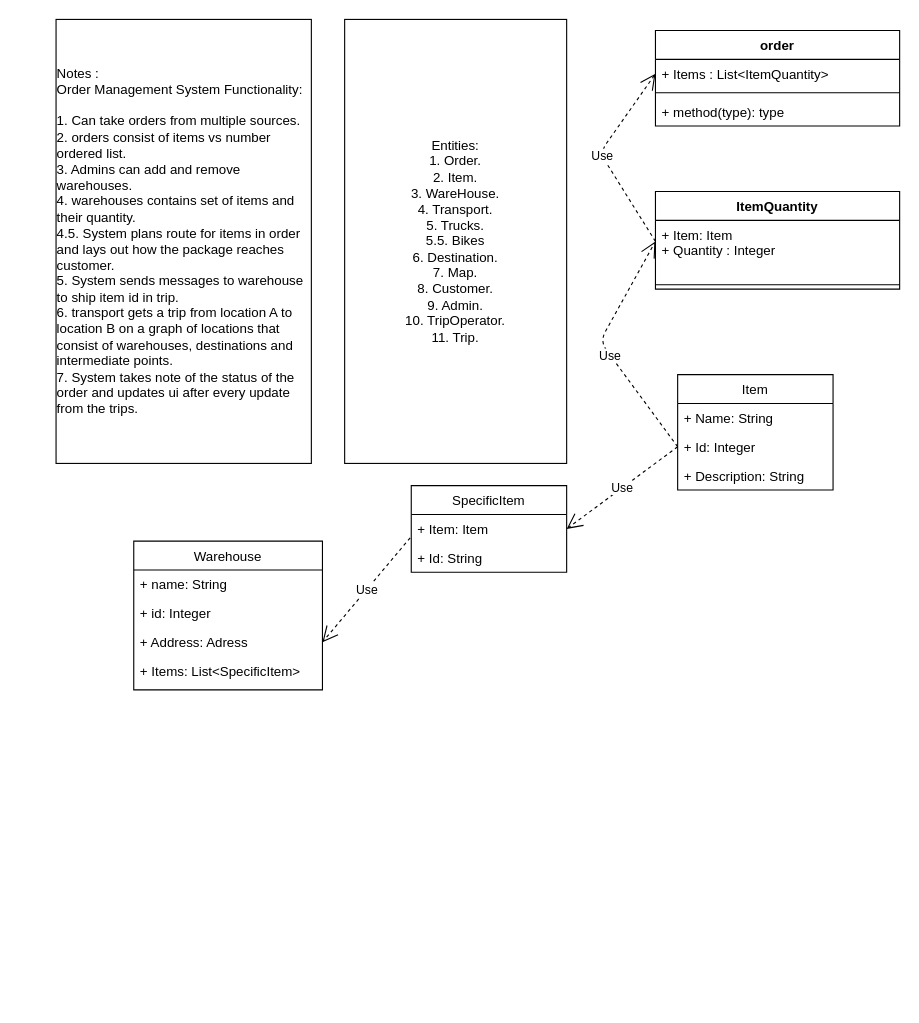
Above: Untitled Diagram.drawio in srinivasv147/designs (draw.io), before the change. Source tidied: cells renumbered, new cells numbered last; positions are measured from the earlier drawing's top-left corner, leaving out a move shared by most shapes. Both pictures are drawn from the tidied source at 111%, with x=0, y=0 at pixel (56, 19).
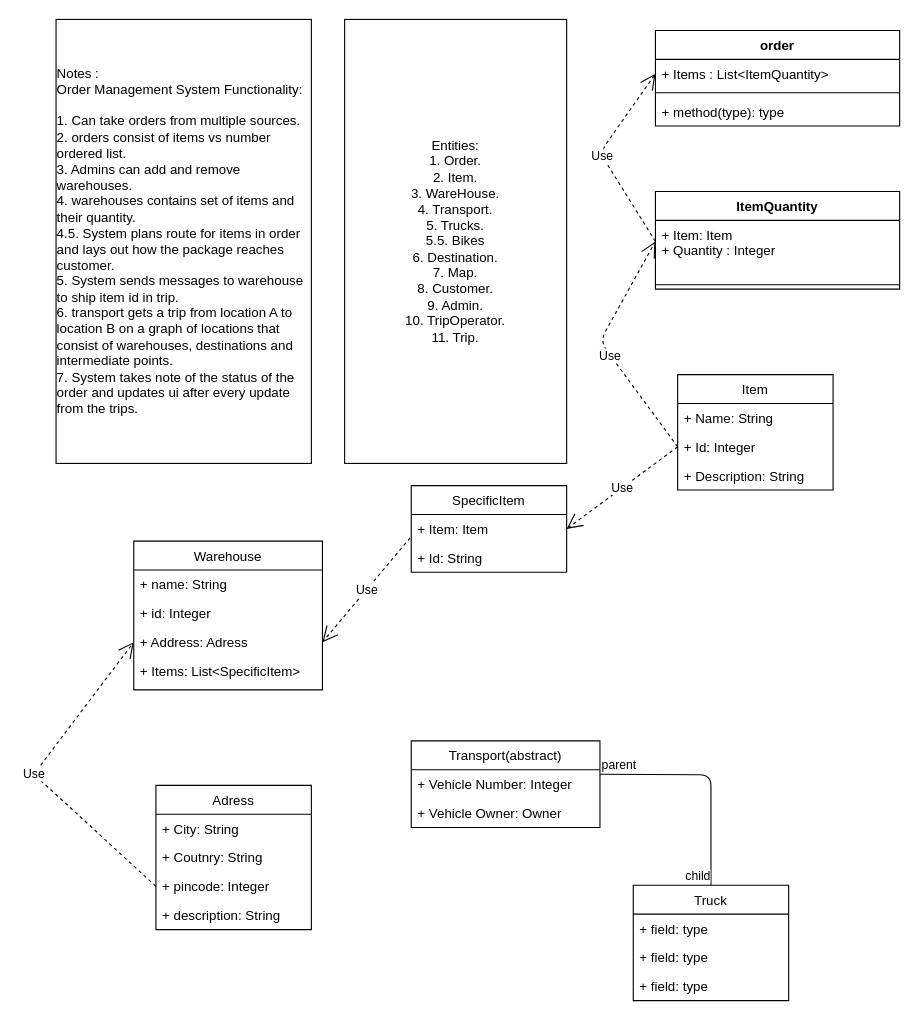
After the change.

Unchanged cells that the change refers to:
```xml
<mxCell id="24" value="+ Address: Adress&#10;" style="text;strokeColor=none;fillColor=none;align=left;verticalAlign=top;spacingLeft=4;spacingRight=4;overflow=hidden;points=[[0,0.5],[1,0.5]];portConstraint=eastwest;" parent="21" vertex="1">
  <mxGeometry y="78" width="170" height="26" as="geometry" />
</mxCell>
```

Diff of the diagram source:
```diff
@@
+    <mxCell id="27" value="Adress" style="swimlane;fontStyle=0;horizontal=1;startSize=26;fillColor=none;" parent="1" vertex="1">
+      <mxGeometry x="90" y="690" width="140" height="130" as="geometry" />
+    </mxCell>
+    <mxCell id="28" value="+ City: String" style="text;strokeColor=none;fillColor=none;align=left;verticalAlign=top;spacingLeft=4;spacingRight=4;overflow=hidden;" parent="27" vertex="1">
+      <mxGeometry y="26" width="140" height="26" as="geometry" />
+    </mxCell>
+    <mxCell id="29" value="+ Coutnry: String" style="text;strokeColor=none;fillColor=none;align=left;verticalAlign=top;spacingLeft=4;spacingRight=4;overflow=hidden;" parent="27" vertex="1">
+      <mxGeometry y="52" width="140" height="26" as="geometry" />
+    </mxCell>
+    <mxCell id="30" value="+ pincode: Integer" style="text;strokeColor=none;fillColor=none;align=left;verticalAlign=top;spacingLeft=4;spacingRight=4;overflow=hidden;points=[[0,0.5],[1,0.5]];portConstraint=eastwest;" parent="27" vertex="1">
+      <mxGeometry y="78" width="140" height="26" as="geometry" />
+    </mxCell>
+    <mxCell id="31" value="+ description: String" style="text;strokeColor=none;fillColor=none;align=left;verticalAlign=top;spacingLeft=4;spacingRight=4;overflow=hidden;" parent="27" vertex="1">
+      <mxGeometry y="104" width="140" height="26" as="geometry" />
+    </mxCell>
+    <mxCell id="32" value="Use" style="endArrow=open;endSize=12;dashed=1;html=1;exitX=0;exitY=0.5;exitDx=0;exitDy=0;entryX=0;entryY=0.5;entryDx=0;entryDy=0;" parent="1" edge="1" source="30" target="24">
+      <mxGeometry relative="1" as="geometry">
+        <Array as="points">
+          <mxPoint x="-20" y="680" />
+        </Array>
+      </mxGeometry>
+    </mxCell>
+    <mxCell id="33" value="Transport(abstract)" style="swimlane;fontStyle=0;horizontal=1;startSize=26;fillColor=none;" parent="1" vertex="1">
+      <mxGeometry x="320" y="650" width="170" height="78" as="geometry" />
+    </mxCell>
+    <mxCell id="34" value="+ Vehicle Number: Integer" style="text;strokeColor=none;fillColor=none;align=left;verticalAlign=top;spacingLeft=4;spacingRight=4;overflow=hidden;" parent="33" vertex="1">
+      <mxGeometry y="26" width="170" height="26" as="geometry" />
+    </mxCell>
+    <mxCell id="35" value="+ Vehicle Owner: Owner" style="text;strokeColor=none;fillColor=none;align=left;verticalAlign=top;spacingLeft=4;spacingRight=4;overflow=hidden;" parent="33" vertex="1">
+      <mxGeometry y="52" width="170" height="26" as="geometry" />
+    </mxCell>
+    <mxCell id="36" style="endArrow=none;html=1;edgeStyle=orthogonalEdgeStyle;entryX=0.5;entryY=0;entryDx=0;entryDy=0;" parent="1" edge="1" target="39">
+      <mxGeometry relative="1" as="geometry">
+        <mxPoint x="490" y="680" as="sourcePoint" />
+      </mxGeometry>
+    </mxCell>
+    <mxCell id="37" value="parent" style="edgeLabel;html=1;align=left;verticalAlign=bottom;" parent="36" vertex="1">
+      <mxGeometry x="-1" relative="1" as="geometry" />
+    </mxCell>
+    <mxCell id="38" value="child" style="edgeLabel;html=1;align=right;verticalAlign=bottom;" parent="36" vertex="1">
+      <mxGeometry x="1" relative="1" as="geometry" />
+    </mxCell>
+    <mxCell id="39" value="Truck" style="swimlane;fontStyle=0;horizontal=1;startSize=26;fillColor=none;" parent="1" vertex="1">
+      <mxGeometry x="520" y="780" width="140" height="104" as="geometry" />
+    </mxCell>
+    <mxCell id="40" value="+ field: type" style="text;strokeColor=none;fillColor=none;align=left;verticalAlign=top;spacingLeft=4;spacingRight=4;overflow=hidden;" parent="39" vertex="1">
+      <mxGeometry y="26" width="140" height="26" as="geometry" />
+    </mxCell>
+    <mxCell id="41" value="+ field: type" style="text;strokeColor=none;fillColor=none;align=left;verticalAlign=top;spacingLeft=4;spacingRight=4;overflow=hidden;" parent="39" vertex="1">
+      <mxGeometry y="52" width="140" height="26" as="geometry" />
+    </mxCell>
+    <mxCell id="42" value="+ field: type" style="text;strokeColor=none;fillColor=none;align=left;verticalAlign=top;spacingLeft=4;spacingRight=4;overflow=hidden;" parent="39" vertex="1">
+      <mxGeometry y="78" width="140" height="26" as="geometry" />
+    </mxCell>
```
